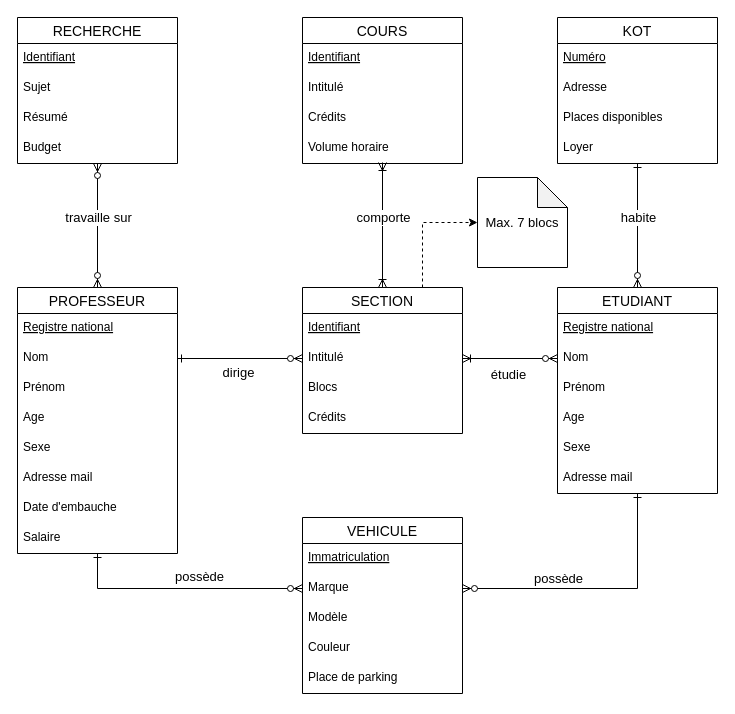
Above: projet_bd.drawio in Julienpeps/Julienpeps.github.io (draw.io), before the change. Source tidied: cells renumbered, new cells numbered last; positions are measured from the earlier drawing's top-left corner, leaving out a move shared by most shapes. Both pictures are drawn from the tidied source at 100%, with x=0, y=0 at pixel (17, 17).
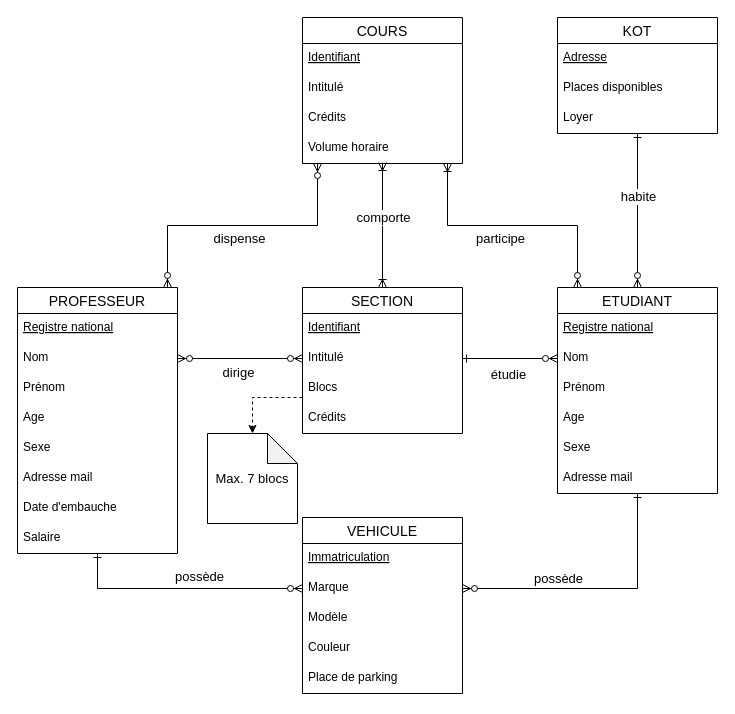
The same page after the edit.

Unchanged cells that the change refers to:
```xml
<mxCell id="4" value="ETUDIANT" style="swimlane;fontStyle=0;horizontal=1;startSize=26;align=center;fontSize=14;" parent="1" vertex="1">
  <mxGeometry x="540" y="270" width="160" height="206" as="geometry" />
</mxCell>
<mxCell id="6" value="Nom" style="text;strokeColor=none;fillColor=none;spacingLeft=4;spacingRight=4;overflow=hidden;points=[[0,0.5],[1,0.5]];portConstraint=eastwest;fontSize=12;" parent="4" vertex="1">
  <mxGeometry y="56" width="160" height="30" as="geometry" />
</mxCell>
<mxCell id="13" value="PROFESSEUR" style="swimlane;fontStyle=0;horizontal=1;startSize=26;align=center;fontSize=14;" parent="1" vertex="1">
  <mxGeometry y="270" width="160" height="266" as="geometry" />
</mxCell>
<mxCell id="15" value="Nom" style="text;strokeColor=none;fillColor=none;spacingLeft=4;spacingRight=4;overflow=hidden;points=[[0,0.5],[1,0.5]];portConstraint=eastwest;fontSize=12;" parent="13" vertex="1">
  <mxGeometry y="56" width="160" height="30" as="geometry" />
</mxCell>
<mxCell id="25" value="SECTION" style="swimlane;fontStyle=0;horizontal=1;startSize=26;align=center;fontSize=14;" parent="1" vertex="1">
  <mxGeometry x="285" y="270" width="160" height="146" as="geometry" />
</mxCell>
<mxCell id="27" value="Intitulé" style="text;strokeColor=none;fillColor=none;spacingLeft=4;spacingRight=4;overflow=hidden;points=[[0,0.5],[1,0.5]];portConstraint=eastwest;fontSize=12;" parent="25" vertex="1">
  <mxGeometry y="56" width="160" height="30" as="geometry" />
</mxCell>
<mxCell id="32" value="COURS" style="swimlane;fontStyle=0;horizontal=1;startSize=26;align=center;fontSize=14;" parent="1" vertex="1">
  <mxGeometry x="285" width="160" height="146" as="geometry" />
</mxCell>
```

What changed in the source:
```diff
@@
-    <mxCell id="2" style="edgeStyle=none;rounded=0;jettySize=auto;html=1;startArrow=ERzeroToMany;startFill=1;endArrow=ERoneToMany;endFill=0;align=right;exitX=0;exitY=0.5;exitDx=0;exitDy=0;entryX=1;entryY=0.5;entryDx=0;entryDy=0;" parent="1" edge="1" source="6" target="27">
+    <mxCell id="2" style="edgeStyle=none;rounded=0;jettySize=auto;html=1;startArrow=ERzeroToMany;startFill=1;endArrow=ERone;endFill=0;align=right;exitX=0;exitY=0.5;exitDx=0;exitDy=0;entryX=1;entryY=0.5;entryDx=0;entryDy=0;" parent="1" edge="1" source="6" target="27">
       <mxGeometry relative="1" as="geometry" />
     </mxCell>
@@
+    <mxCell id="60" style="edgeStyle=orthogonalEdgeStyle;rounded=0;jettySize=auto;html=1;startArrow=ERzeroToMany;startFill=1;endArrow=ERoneToMany;endFill=0;strokeWidth=1;fontSize=13;" parent="1" edge="1" source="4" target="32">
+      <mxGeometry relative="1" as="geometry">
+        <Array as="points">
+          <mxPoint x="560" y="208" />
+          <mxPoint x="430" y="208" />
+        </Array>
+      </mxGeometry>
+    </mxCell>
+    <mxCell id="61" value="participe" style="edgeLabel;html=1;align=center;verticalAlign=middle;fontSize=13;" parent="60" vertex="1">
+      <mxGeometry x="0.28" y="-1" relative="1" as="geometry">
+        <mxPoint x="23" y="13" as="offset" />
+      </mxGeometry>
+    </mxCell>
@@
-    <mxCell id="11" style="edgeStyle=orthogonalEdgeStyle;rounded=0;jettySize=auto;html=1;exitX=0.5;exitY=0;exitDx=0;exitDy=0;startArrow=ERzeroToMany;startFill=1;endArrow=ERzeroToMany;endFill=1;" parent="1" edge="1" source="13" target="50">
-      <mxGeometry relative="1" as="geometry" />
-    </mxCell>
-    <mxCell id="12" value="travaille sur" style="edgeLabel;html=1;align=center;verticalAlign=bottom;fontSize=13;horizontal=1;" parent="11" vertex="1">
-      <mxGeometry x="0.29" relative="1" as="geometry">
-        <mxPoint y="20" as="offset" />
-      </mxGeometry>
-    </mxCell>
+    <mxCell id="62" style="edgeStyle=orthogonalEdgeStyle;rounded=0;jettySize=auto;html=1;startArrow=ERzeroToMany;startFill=1;endArrow=ERzeroToMany;endFill=1;strokeWidth=1;fontSize=13;" parent="1" edge="1" source="13" target="32">
+      <mxGeometry relative="1" as="geometry">
+        <Array as="points">
+          <mxPoint x="150" y="208" />
+          <mxPoint x="300" y="208" />
+        </Array>
+      </mxGeometry>
+    </mxCell>
+    <mxCell id="63" value="dispense" style="edgeLabel;html=1;align=center;verticalAlign=middle;fontSize=13;" parent="62" vertex="1">
+      <mxGeometry x="0.15" y="-1" relative="1" as="geometry">
+        <mxPoint x="-25" y="11" as="offset" />
+      </mxGeometry>
+    </mxCell>
@@
-    <mxCell id="22" style="edgeStyle=none;rounded=0;jettySize=auto;html=1;startArrow=ERzeroToMany;startFill=1;endArrow=ERone;endFill=0;align=right;entryX=1;entryY=0.5;entryDx=0;entryDy=0;exitX=0;exitY=0.5;exitDx=0;exitDy=0;" parent="1" edge="1" source="27" target="15">
+    <mxCell id="22" style="edgeStyle=none;rounded=0;jettySize=auto;html=1;startArrow=ERzeroToMany;startFill=1;endArrow=ERzeroToMany;endFill=1;align=right;entryX=1;entryY=0.5;entryDx=0;entryDy=0;exitX=0;exitY=0.5;exitDx=0;exitDy=0;" parent="1" edge="1" source="27" target="15">
       <mxGeometry relative="1" as="geometry" />
     </mxCell>
@@
-    <mxCell id="24" style="edgeStyle=orthogonalEdgeStyle;rounded=0;jettySize=auto;html=1;exitX=0.75;exitY=0;exitDx=0;exitDy=0;entryX=0;entryY=0.5;entryDx=0;entryDy=0;entryPerimeter=0;startArrow=none;startFill=0;endArrow=classic;endFill=1;fontSize=13;dashed=1;strokeWidth=1;" parent="1" edge="1" source="25" target="59">
-      <mxGeometry relative="1" as="geometry" />
+    <mxCell id="24" style="edgeStyle=orthogonalEdgeStyle;rounded=0;jettySize=auto;html=1;entryX=0.5;entryY=0;entryDx=0;entryDy=0;entryPerimeter=0;startArrow=none;startFill=0;endArrow=classic;endFill=1;fontSize=13;dashed=1;strokeWidth=1;" parent="1" edge="1" source="25" target="59">
+      <mxGeometry relative="1" as="geometry">
+        <Array as="points">
+          <mxPoint x="235" y="380" />
+        </Array>
+      </mxGeometry>
     </mxCell>
@@
     <mxCell id="45" value="KOT" style="swimlane;fontStyle=0;horizontal=1;startSize=26;align=center;fontSize=14;" parent="1" vertex="1">
-      <mxGeometry x="540" width="160" height="146" as="geometry" />
+      <mxGeometry x="540" width="160" height="116" as="geometry" />
     </mxCell>
-    <mxCell id="46" value="Numéro" style="text;strokeColor=none;fillColor=none;spacingLeft=4;spacingRight=4;overflow=hidden;fontSize=12;fontStyle=4;strokeWidth=2;" parent="45" vertex="1">
-      <mxGeometry y="26" width="160" height="30" as="geometry" />
-    </mxCell>
-    <mxCell id="47" value="Adresse" style="text;strokeColor=none;fillColor=none;spacingLeft=4;spacingRight=4;overflow=hidden;fontSize=12;" parent="45" vertex="1">
-      <mxGeometry y="56" width="160" height="30" as="geometry" />
+    <mxCell id="47" value="Adresse" style="text;strokeColor=none;fillColor=none;spacingLeft=4;spacingRight=4;overflow=hidden;fontSize=12;fontStyle=4;" parent="45" vertex="1">
+      <mxGeometry y="26" width="160" height="30" as="geometry" />
     </mxCell>
     <mxCell id="48" value="Places disponibles" style="text;strokeColor=none;fillColor=none;spacingLeft=4;spacingRight=4;overflow=hidden;fontSize=12;" parent="45" vertex="1">
-      <mxGeometry y="86" width="160" height="30" as="geometry" />
+      <mxGeometry y="56" width="160" height="30" as="geometry" />
     </mxCell>
     <mxCell id="49" value="Loyer" style="text;strokeColor=none;fillColor=none;spacingLeft=4;spacingRight=4;overflow=hidden;fontSize=12;" parent="45" vertex="1">
-      <mxGeometry y="116" width="160" height="30" as="geometry" />
+      <mxGeometry y="86" width="160" height="30" as="geometry" />
     </mxCell>
-    <mxCell id="50" value="RECHERCHE" style="swimlane;fontStyle=0;horizontal=1;startSize=26;align=center;fontSize=14;" parent="1" vertex="1">
-      <mxGeometry width="160" height="146" as="geometry" />
-    </mxCell>
-    <mxCell id="51" value="Identifiant" style="text;strokeColor=none;fillColor=none;spacingLeft=4;spacingRight=4;overflow=hidden;fontSize=12;fontStyle=4;strokeWidth=2;" parent="50" vertex="1">
-      <mxGeometry y="26" width="160" height="30" as="geometry" />
-    </mxCell>
-    <mxCell id="52" value="Sujet" style="text;strokeColor=none;fillColor=none;spacingLeft=4;spacingRight=4;overflow=hidden;fontSize=12;" parent="50" vertex="1">
-      <mxGeometry y="56" width="160" height="30" as="geometry" />
-    </mxCell>
-    <mxCell id="53" value="Résumé" style="text;strokeColor=none;fillColor=none;spacingLeft=4;spacingRight=4;overflow=hidden;fontSize=12;" parent="50" vertex="1">
-      <mxGeometry y="86" width="160" height="30" as="geometry" />
-    </mxCell>
-    <mxCell id="54" value="Budget" style="text;strokeColor=none;fillColor=none;spacingLeft=4;spacingRight=4;overflow=hidden;fontSize=12;" parent="50" vertex="1">
-      <mxGeometry y="116" width="160" height="30" as="geometry" />
-    </mxCell>
@@
     <mxCell id="59" value="Max. 7 blocs" style="shape=note;whiteSpace=wrap;html=1;backgroundOutline=1;darkOpacity=0.05;fontSize=13;" parent="1" vertex="1">
-      <mxGeometry x="460" y="160" width="90" height="90" as="geometry" />
+      <mxGeometry x="190" y="416" width="90" height="90" as="geometry" />
     </mxCell>
```
